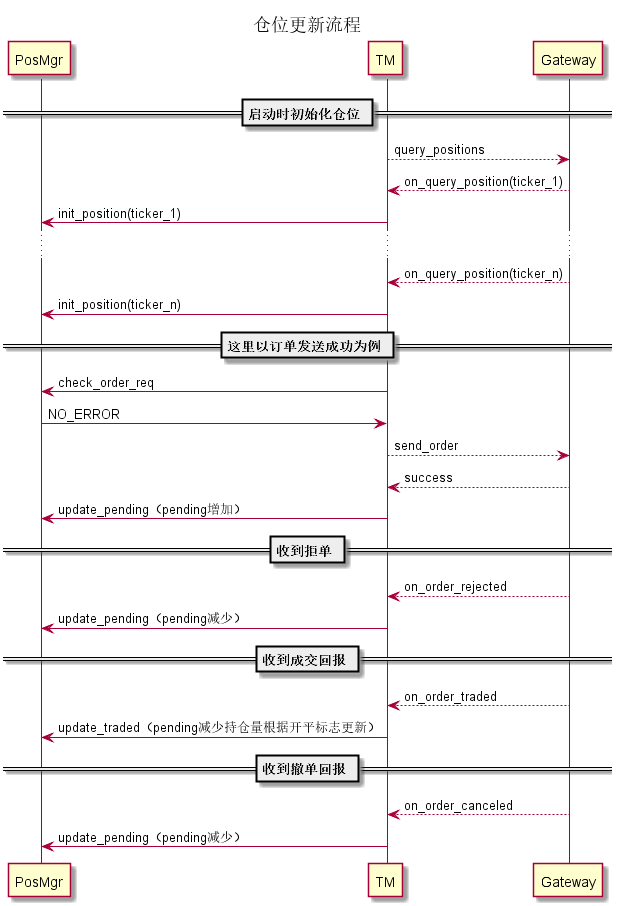
The PlantUML diagram img/PosMgr.png in xywanz/ft, before a commit.
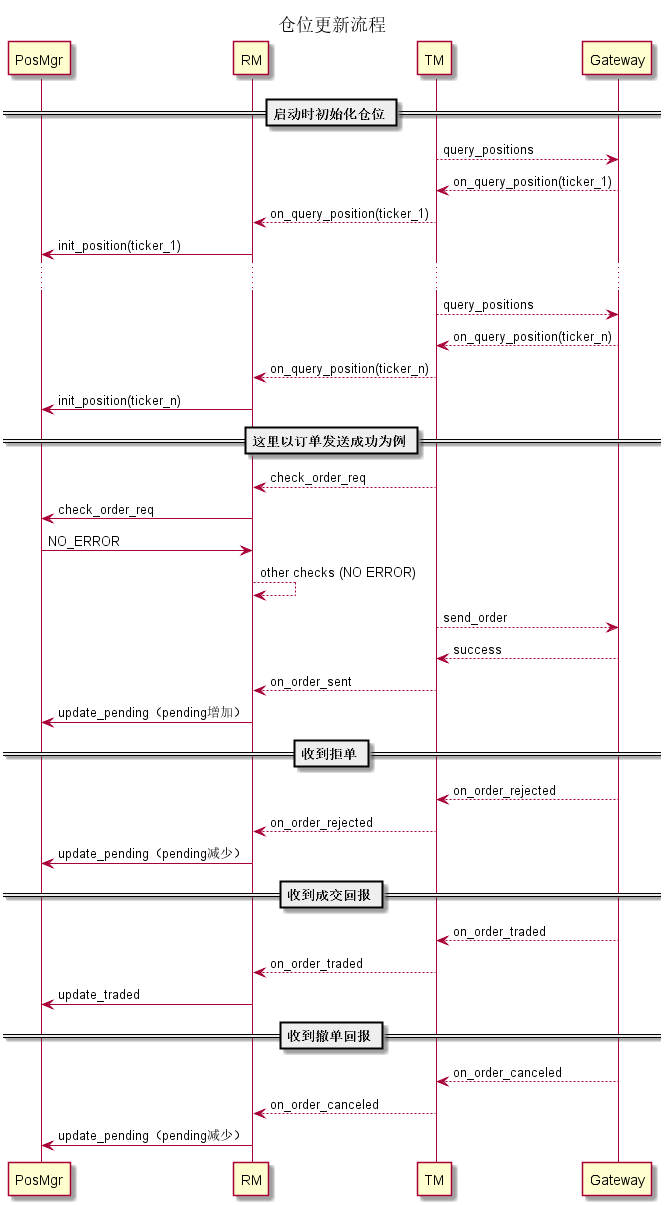
After the commit.

Diff of the diagram source:
```diff
@@ -3,34 +3,44 @@
 title 仓位更新流程
 
 participant PosMgr
+participant RM
 participant TM
 participant Gateway
 
 == 启动时初始化仓位 ==
 TM --> Gateway: query_positions
 TM <-- Gateway: on_query_position(ticker_1)
-TM -> PosMgr: init_position(ticker_1)
+RM <-- TM: on_query_position(ticker_1)
+PosMgr <- RM: init_position(ticker_1)
 ...
+TM --> Gateway: query_positions
 TM <-- Gateway: on_query_position(ticker_n)
-TM -> PosMgr: init_position(ticker_n)
+RM <-- TM: on_query_position(ticker_n)
+PosMgr <- RM: init_position(ticker_n)
 
 == 这里以订单发送成功为例 ==
-TM -> PosMgr: check_order_req
-TM <- PosMgr: NO_ERROR
+RM <-- TM: check_order_req
+PosMgr <- RM: check_order_req
+PosMgr -> RM: NO_ERROR
+RM --> RM: other checks (NO ERROR)
 TM --> Gateway: send_order
 TM <-- Gateway: success
-TM -> PosMgr: update_pending（pending增加）
+RM <-- TM: on_order_sent
+PosMgr <- RM: update_pending（pending增加）
 
 == 收到拒单 ==
 TM <-- Gateway: on_order_rejected
-TM -> PosMgr: update_pending（pending减少）
+RM <-- TM: on_order_rejected
+PosMgr <- RM: update_pending（pending减少）
 
 == 收到成交回报 ==
 TM <-- Gateway: on_order_traded
-TM -> PosMgr: update_traded（pending减少持仓量根据开平标志更新）
+RM <-- TM: on_order_traded
+PosMgr <- RM: update_traded
 
 == 收到撤单回报 ==
 TM <-- Gateway: on_order_canceled
-TM -> PosMgr: update_pending（pending减少）
+RM <-- TM: on_order_canceled
+PosMgr <- RM: update_pending（pending减少）
 
 @enduml
```
